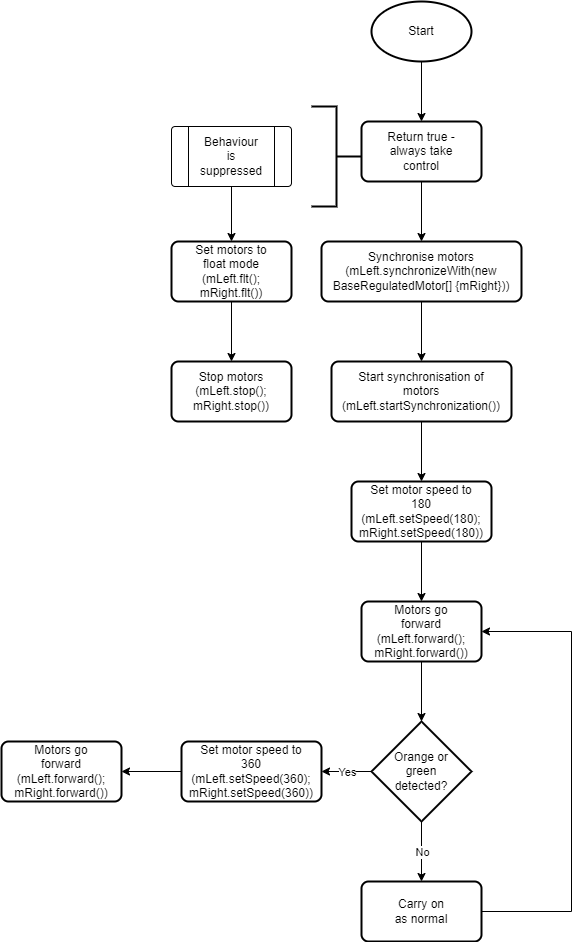
The draw.io diagram Final submission/Behaviour control flow/WalkaboutControlFlow.png in XLmT09/Bunny-Robot, before a commit. Source tidied: cells renumbered, new cells last; positions are measured from the earlier drawing's top-left corner, leaving out a move shared by most shapes.
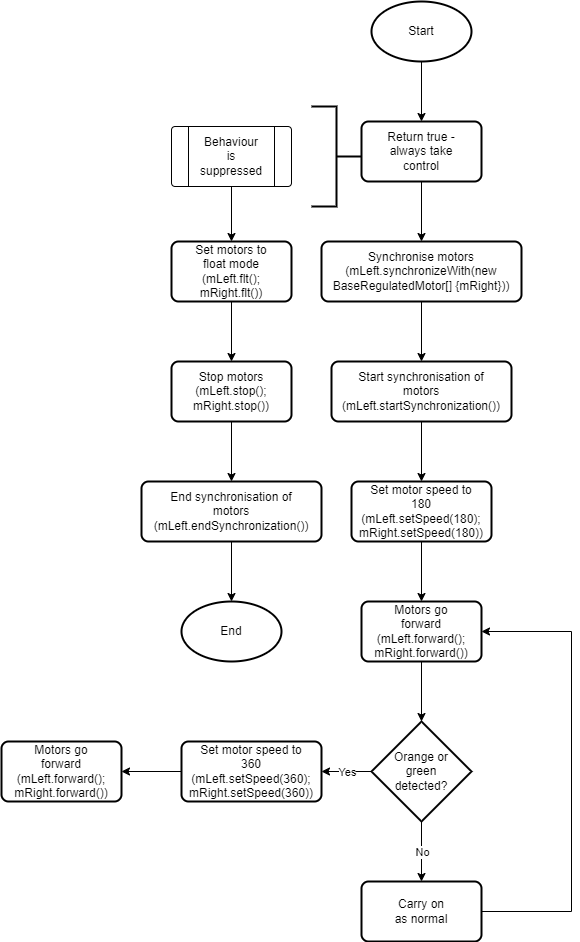
The same diagram one commit later.

Diff of the diagram source:
```diff
@@ -164,5 +164,26 @@
     <mxCell id="53" style="endArrow=classic;html=1;rounded=0;exitX=0.5;exitY=1;exitDx=0;exitDy=0;entryX=0.5;entryY=0;entryDx=0;entryDy=0;" parent="1" edge="1" source="47" target="51">
       <mxGeometry relative="1" as="geometry" />
     </mxCell>
+    <mxCell id="54" style="group;" parent="1" vertex="1">
+      <mxGeometry x="140" y="480" width="180" height="60" as="geometry" />
+    </mxCell>
+    <mxCell id="55" style="rounded=1;whiteSpace=wrap;html=1;absoluteArcSize=1;arcSize=14;strokeWidth=2;" parent="54" vertex="1">
+      <mxGeometry width="180" height="60" as="geometry" />
+    </mxCell>
+    <mxCell id="56" value="End synchronisation of motors (mLeft.endSynchronization())" style="text;html=1;strokeColor=none;fillColor=none;align=center;verticalAlign=middle;whiteSpace=wrap;rounded=0;" parent="54" vertex="1">
+      <mxGeometry x="60" y="15" width="60" height="30" as="geometry" />
+    </mxCell>
+    <mxCell id="57" style="endArrow=classic;html=1;rounded=0;exitX=0.5;exitY=1;exitDx=0;exitDy=0;entryX=0.5;entryY=0;entryDx=0;entryDy=0;" parent="1" edge="1" source="51" target="55">
+      <mxGeometry relative="1" as="geometry" />
+    </mxCell>
+    <mxCell id="58" style="strokeWidth=2;html=1;shape=mxgraph.flowchart.start_1;whiteSpace=wrap;" parent="1" vertex="1">
+      <mxGeometry x="180" y="600" width="100" height="60" as="geometry" />
+    </mxCell>
+    <mxCell id="59" value="End" style="text;html=1;strokeColor=none;fillColor=none;align=center;verticalAlign=middle;whiteSpace=wrap;rounded=0;" parent="1" vertex="1">
+      <mxGeometry x="200" y="615" width="60" height="30" as="geometry" />
+    </mxCell>
+    <mxCell id="60" style="endArrow=classic;html=1;rounded=0;entryX=0.5;entryY=0;entryDx=0;entryDy=0;entryPerimeter=0;exitX=0.5;exitY=1;exitDx=0;exitDy=0;" parent="1" edge="1" source="55" target="58">
+      <mxGeometry relative="1" as="geometry" />
+    </mxCell>
   </root>
 </mxGraphModel>
```
